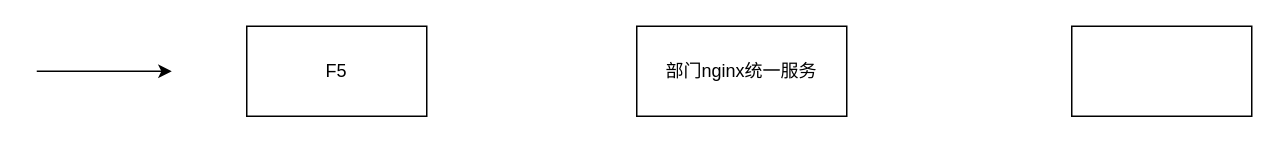
Earlier version of the draw.io diagram 绘图/f5gninx.drawio (longjiangxue/blogImage). Source tidied: cells renumbered, new cells numbered last; positions are measured from the earlier drawing's top-left corner, leaving out a move shared by most shapes. Both pictures are drawn from the tidied source at 150%, with x=0, y=0 at pixel (36, 26).
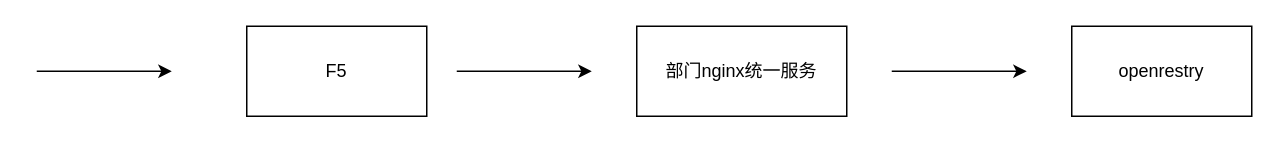
The same page after the edit.

Change to the diagram source:
```diff
@@
 <mxGraphModel>
   <root>
     <mxCell id="0" />
     <mxCell id="1" parent="0" />
     <mxCell id="2" value="F5" style="rounded=0;whiteSpace=wrap;html=1;" parent="1" vertex="1">
       <mxGeometry x="140" width="120" height="60" as="geometry" />
     </mxCell>
     <mxCell id="3" value="部门nginx统一服务" style="rounded=0;whiteSpace=wrap;html=1;" parent="1" vertex="1">
       <mxGeometry x="400" width="140" height="60" as="geometry" />
     </mxCell>
-    <mxCell id="4" style="rounded=0;whiteSpace=wrap;html=1;" parent="1" vertex="1">
+    <mxCell id="4" value="openrestry" style="rounded=0;whiteSpace=wrap;html=1;" parent="1" vertex="1">
       <mxGeometry x="690" width="120" height="60" as="geometry" />
     </mxCell>
     <mxCell id="5" style="endArrow=classic;html=1;" parent="1" edge="1">
       <mxGeometry relative="1" as="geometry">
         <mxPoint y="30" as="sourcePoint" />
         <mxPoint x="90" y="30" as="targetPoint" />
       </mxGeometry>
     </mxCell>
+    <mxCell id="6" style="endArrow=classic;html=1;" parent="1" edge="1">
+      <mxGeometry relative="1" as="geometry">
+        <mxPoint x="280" y="30" as="sourcePoint" />
+        <mxPoint x="370" y="30" as="targetPoint" />
+      </mxGeometry>
+    </mxCell>
+    <mxCell id="7" style="endArrow=classic;html=1;" parent="1" edge="1">
+      <mxGeometry relative="1" as="geometry">
+        <mxPoint x="570" y="30" as="sourcePoint" />
+        <mxPoint x="660" y="30" as="targetPoint" />
+      </mxGeometry>
+    </mxCell>
   </root>
 </mxGraphModel>
```
